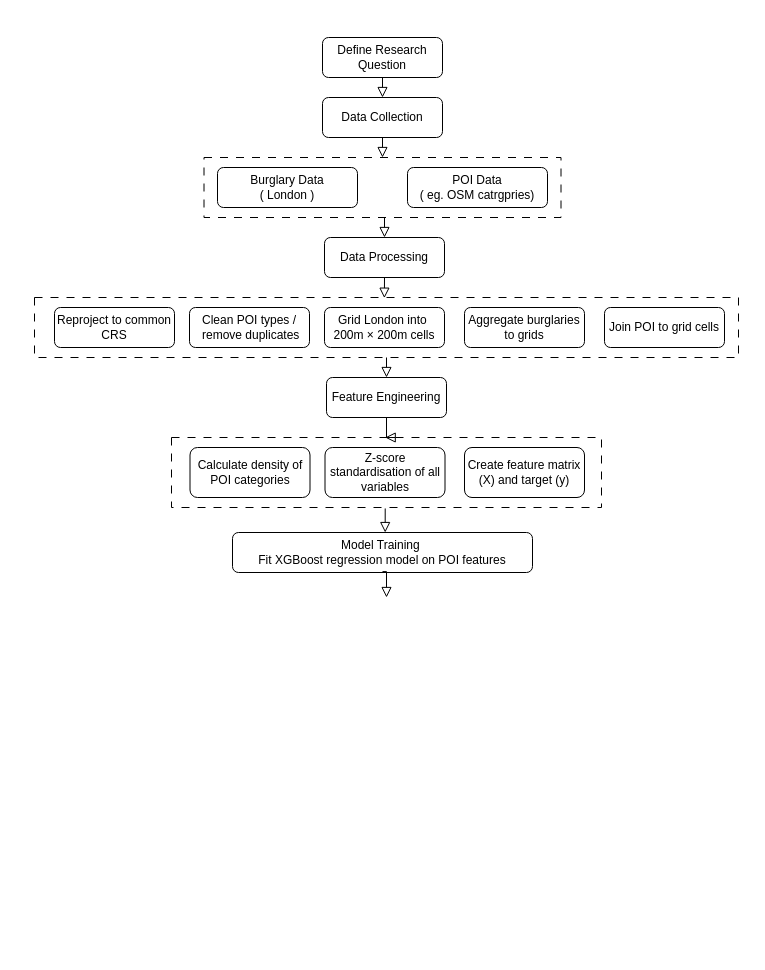
The draw.io diagram flowchart/CASA0006_assessment_flowchart.drawio in ixxiiris/CASA0006_assessment, before the edit. Source tidied: cells renumbered, new cells numbered last; positions are measured from the earlier drawing's top-left corner, leaving out a move shared by most shapes. Both pictures are drawn from the tidied source at 100%, with x=0, y=0 at pixel (34, 37).
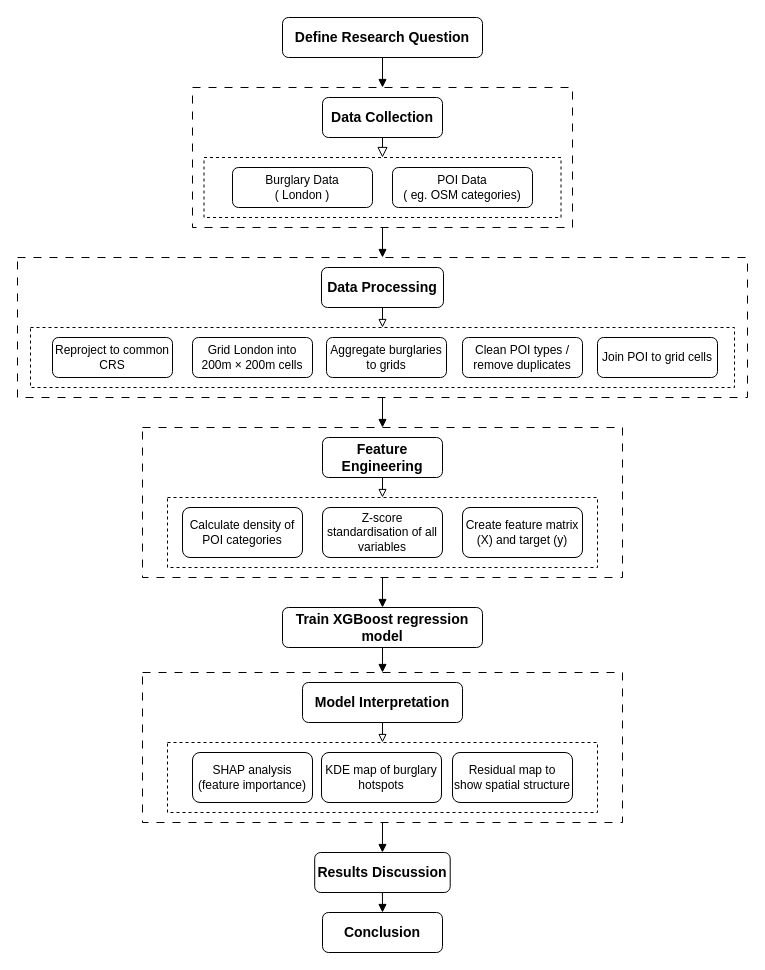
After the change.

The edit, as a diff of the source:
```diff
@@
+    <mxCell id="28" style="edgeStyle=orthogonalEdgeStyle;rounded=0;jettySize=auto;html=1;exitX=0.5;exitY=1;exitDx=0;exitDy=0;entryX=0.5;entryY=0;entryDx=0;entryDy=0;endArrow=block;endFill=1;" parent="1" edge="1" source="29" target="31">
+      <mxGeometry relative="1" as="geometry" />
+    </mxCell>
+    <mxCell id="29" style="rounded=0;whiteSpace=wrap;html=1;fontFamily=Helvetica;fontSize=11;labelBackgroundColor=none;fillColor=none;dashed=1;dashPattern=8 8;" parent="1" vertex="1">
+      <mxGeometry x="158" y="50" width="380" height="140" as="geometry" />
+    </mxCell>
+    <mxCell id="30" style="rounded=0;whiteSpace=wrap;html=1;fontFamily=Helvetica;fontSize=11;labelBackgroundColor=none;fillColor=none;dashed=1;dashPattern=8 8;" parent="1" vertex="1">
+      <mxGeometry x="108" y="635" width="480" height="150" as="geometry" />
+    </mxCell>
+    <mxCell id="31" style="rounded=0;whiteSpace=wrap;html=1;fontFamily=Helvetica;fontSize=11;labelBackgroundColor=none;fillColor=none;dashed=1;dashPattern=8 8;" parent="1" vertex="1">
+      <mxGeometry x="-17" y="220" width="730" height="140" as="geometry" />
+    </mxCell>
+    <mxCell id="32" style="rounded=0;whiteSpace=wrap;html=1;fontFamily=Helvetica;fontSize=11;labelBackgroundColor=none;fillColor=none;dashed=1;" parent="1" vertex="1">
+      <mxGeometry x="133" y="705" width="430" height="70" as="geometry" />
+    </mxCell>
+    <mxCell id="33" style="edgeStyle=orthogonalEdgeStyle;rounded=0;jettySize=auto;html=1;exitX=0.5;exitY=1;exitDx=0;exitDy=0;entryX=0.5;entryY=0;entryDx=0;entryDy=0;endArrow=block;endFill=1;fillColor=none;" parent="1" edge="1" source="30" target="45">
+      <mxGeometry relative="1" as="geometry" />
+    </mxCell>
+    <mxCell id="34" style="edgeStyle=orthogonalEdgeStyle;rounded=0;jettySize=auto;html=1;exitX=0.5;exitY=1;exitDx=0;exitDy=0;entryX=0.5;entryY=0;entryDx=0;entryDy=0;endArrow=block;endFill=1;fillColor=none;" parent="1" edge="1" source="35" target="26">
+      <mxGeometry relative="1" as="geometry" />
+    </mxCell>
+    <mxCell id="35" style="rounded=0;whiteSpace=wrap;html=1;fontFamily=Helvetica;fontSize=11;labelBackgroundColor=none;fillColor=none;dashed=1;dashPattern=8 8;" parent="1" vertex="1">
+      <mxGeometry x="108" y="390" width="480" height="150" as="geometry" />
+    </mxCell>
-    <mxCell id="2" style="rounded=0;whiteSpace=wrap;html=1;fontFamily=Helvetica;fontSize=11;fontColor=default;labelBackgroundColor=none;fillColor=none;dashed=1;dashPattern=8 8;" parent="1" vertex="1">
+    <mxCell id="2" style="rounded=0;whiteSpace=wrap;html=1;fontFamily=Helvetica;fontSize=11;labelBackgroundColor=none;fillColor=none;dashed=1;" parent="1" vertex="1">
       <mxGeometry x="169.5" y="120" width="357" height="60" as="geometry" />
     </mxCell>
-    <mxCell id="3" style="rounded=0;whiteSpace=wrap;html=1;fontFamily=Helvetica;fontSize=11;fontColor=default;labelBackgroundColor=none;fillColor=none;dashed=1;dashPattern=8 8;" parent="1" vertex="1">
-      <mxGeometry y="260" width="704" height="60" as="geometry" />
+    <mxCell id="3" style="rounded=0;whiteSpace=wrap;html=1;fontFamily=Helvetica;fontSize=11;labelBackgroundColor=none;fillColor=none;dashed=1;" parent="1" vertex="1">
+      <mxGeometry x="-4" y="290" width="704" height="60" as="geometry" />
     </mxCell>
-    <mxCell id="4" style="edgeStyle=orthogonalEdgeStyle;shape=connector;rounded=0;jettySize=auto;html=1;shadow=0;strokeColor=default;strokeWidth=1;align=center;verticalAlign=middle;fontFamily=Helvetica;fontSize=11;fontColor=default;labelBackgroundColor=none;endArrow=block;endFill=0;endSize=8;exitX=0.497;exitY=1.014;exitDx=0;exitDy=0;exitPerimeter=0;entryX=0.509;entryY=0.001;entryDx=0;entryDy=0;entryPerimeter=0;" parent="1" edge="1" source="5" target="26">
-      <mxGeometry relative="1" as="geometry" />
-    </mxCell>
-    <mxCell id="5" style="rounded=0;whiteSpace=wrap;html=1;fontFamily=Helvetica;fontSize=11;fontColor=default;labelBackgroundColor=none;fillColor=none;dashed=1;dashPattern=8 8;" parent="1" vertex="1">
-      <mxGeometry x="137" y="400" width="430" height="70" as="geometry" />
+    <mxCell id="5" style="rounded=0;whiteSpace=wrap;html=1;fontFamily=Helvetica;fontSize=11;labelBackgroundColor=none;fillColor=none;dashed=1;" parent="1" vertex="1">
+      <mxGeometry x="133" y="460" width="430" height="70" as="geometry" />
     </mxCell>
-    <mxCell id="6" style="edgeStyle=orthogonalEdgeStyle;shape=connector;rounded=0;jettySize=auto;html=1;exitX=0.5;exitY=1;exitDx=0;exitDy=0;entryX=0.5;entryY=0;entryDx=0;entryDy=0;shadow=0;strokeColor=default;strokeWidth=1;align=center;verticalAlign=middle;fontFamily=Helvetica;fontSize=11;fontColor=default;labelBackgroundColor=none;endArrow=block;endFill=0;endSize=8;" parent="1" edge="1" source="7" target="9">
-      <mxGeometry relative="1" as="geometry" />
-    </mxCell>
+    <mxCell id="36" style="edgeStyle=orthogonalEdgeStyle;rounded=0;jettySize=auto;html=1;exitX=0.5;exitY=1;exitDx=0;exitDy=0;entryX=0.5;entryY=0;entryDx=0;entryDy=0;endArrow=block;endFill=1;fillColor=none;" parent="1" edge="1" source="7" target="29">
+      <mxGeometry relative="1" as="geometry" />
+    </mxCell>
-    <mxCell id="7" value="Define Research Question" style="rounded=1;whiteSpace=wrap;html=1;fontSize=12;glass=0;strokeWidth=1;shadow=0;" parent="1" vertex="1">
-      <mxGeometry x="288" width="120" height="40" as="geometry" />
+    <mxCell id="7" value="Define Research Question" style="rounded=1;whiteSpace=wrap;html=1;fontSize=14;glass=0;strokeWidth=1;shadow=0;fontStyle=1;fillColor=none;" parent="1" vertex="1">
+      <mxGeometry x="248" y="-20" width="200" height="40" as="geometry" />
     </mxCell>
-    <mxCell id="8" style="edgeStyle=orthogonalEdgeStyle;shape=connector;rounded=0;jettySize=auto;html=1;exitX=0.5;exitY=1;exitDx=0;exitDy=0;entryX=0.5;entryY=0;entryDx=0;entryDy=0;shadow=0;strokeColor=default;strokeWidth=1;align=center;verticalAlign=middle;fontFamily=Helvetica;fontSize=11;fontColor=default;labelBackgroundColor=none;endArrow=block;endFill=0;endSize=8;" parent="1" edge="1" source="9" target="2">
+    <mxCell id="8" style="edgeStyle=orthogonalEdgeStyle;shape=connector;rounded=0;jettySize=auto;html=1;exitX=0.5;exitY=1;exitDx=0;exitDy=0;entryX=0.5;entryY=0;entryDx=0;entryDy=0;shadow=0;strokeWidth=1;align=center;verticalAlign=middle;fontFamily=Helvetica;fontSize=11;fontColor=default;labelBackgroundColor=none;endArrow=block;endFill=0;endSize=8;fillColor=none;" parent="1" edge="1" source="9" target="2">
       <mxGeometry relative="1" as="geometry" />
     </mxCell>
-    <mxCell id="9" value="Data Collection" style="rounded=1;whiteSpace=wrap;html=1;fontSize=12;glass=0;strokeWidth=1;shadow=0;" parent="1" vertex="1">
+    <mxCell id="9" value="Data Collection" style="rounded=1;whiteSpace=wrap;html=1;fontSize=14;glass=0;strokeWidth=1;shadow=0;fontStyle=1;fillColor=none;" parent="1" vertex="1">
       <mxGeometry x="288" y="60" width="120" height="40" as="geometry" />
     </mxCell>
+    <mxCell id="25" style="edgeStyle=orthogonalEdgeStyle;rounded=0;jettySize=auto;html=1;exitX=0.5;exitY=1;exitDx=0;exitDy=0;entryX=0.5;entryY=0;entryDx=0;entryDy=0;endArrow=block;endFill=0;" parent="1" edge="1" source="10" target="5">
+      <mxGeometry relative="1" as="geometry" />
+    </mxCell>
-    <mxCell id="10" value="Feature Engineering" style="rounded=1;whiteSpace=wrap;html=1;fontSize=12;glass=0;strokeWidth=1;shadow=0;" parent="1" vertex="1">
-      <mxGeometry x="292" y="340" width="120" height="40" as="geometry" />
+    <mxCell id="10" value="Feature Engineering" style="rounded=1;whiteSpace=wrap;html=1;fontSize=14;glass=0;strokeWidth=1;shadow=0;fontStyle=1;fillColor=none;" parent="1" vertex="1">
+      <mxGeometry x="288" y="400" width="120" height="40" as="geometry" />
     </mxCell>
-    <mxCell id="11" value="Burglary Data&lt;div&gt;( London )&lt;/div&gt;" style="rounded=1;whiteSpace=wrap;html=1;" parent="1" vertex="1">
-      <mxGeometry x="183" y="130" width="140" height="40" as="geometry" />
+    <mxCell id="11" value="Burglary Data&lt;div&gt;( London )&lt;/div&gt;" style="rounded=1;whiteSpace=wrap;html=1;fillColor=none;" parent="1" vertex="1">
+      <mxGeometry x="198" y="130" width="140" height="40" as="geometry" />
     </mxCell>
-    <mxCell id="12" value="POI Data&lt;div&gt;( eg. OSM catrgpries)&lt;/div&gt;" style="rounded=1;whiteSpace=wrap;html=1;" parent="1" vertex="1">
-      <mxGeometry x="373" y="130" width="140" height="40" as="geometry" />
+    <mxCell id="12" value="POI Data&lt;div&gt;( eg. OSM categories)&lt;/div&gt;" style="rounded=1;whiteSpace=wrap;html=1;fillColor=none;" parent="1" vertex="1">
+      <mxGeometry x="358" y="130" width="140" height="40" as="geometry" />
     </mxCell>
+    <mxCell id="21" style="edgeStyle=orthogonalEdgeStyle;rounded=0;jettySize=auto;html=1;exitX=0.5;exitY=1;exitDx=0;exitDy=0;entryX=0.5;entryY=0;entryDx=0;entryDy=0;endArrow=block;endFill=0;" parent="1" edge="1" source="13" target="3">
+      <mxGeometry relative="1" as="geometry" />
+    </mxCell>
-    <mxCell id="13" value="Data Processing" style="rounded=1;whiteSpace=wrap;html=1;fontSize=12;glass=0;strokeWidth=1;shadow=0;" parent="1" vertex="1">
-      <mxGeometry x="290" y="200" width="120" height="40" as="geometry" />
+    <mxCell id="13" value="Data Processing" style="rounded=1;whiteSpace=wrap;html=1;fontSize=14;glass=0;strokeWidth=1;shadow=0;fontStyle=1;fillColor=none;" parent="1" vertex="1">
+      <mxGeometry x="287" y="230" width="122" height="40" as="geometry" />
     </mxCell>
-    <mxCell id="14" value="Reproject to common CRS" style="rounded=1;whiteSpace=wrap;html=1;" parent="1" vertex="1">
-      <mxGeometry x="20" y="270" width="120" height="40" as="geometry" />
+    <mxCell id="14" value="Reproject to common CRS" style="rounded=1;whiteSpace=wrap;html=1;fillColor=none;" parent="1" vertex="1">
+      <mxGeometry x="18" y="300" width="120" height="40" as="geometry" />
     </mxCell>
-    <mxCell id="15" value="Clean POI types /&lt;div&gt;&amp;nbsp;remove duplicates&lt;/div&gt;" style="rounded=1;whiteSpace=wrap;html=1;" parent="1" vertex="1">
-      <mxGeometry x="155" y="270" width="120" height="40" as="geometry" />
+    <mxCell id="15" value="Grid London into 200m × 200m cells" style="rounded=1;whiteSpace=wrap;html=1;fillColor=none;" parent="1" vertex="1">
+      <mxGeometry x="158" y="300" width="120" height="40" as="geometry" />
     </mxCell>
-    <mxCell id="16" value="Grid London into&amp;nbsp;&lt;div&gt;200m × 200m cells&lt;/div&gt;" style="rounded=1;whiteSpace=wrap;html=1;" parent="1" vertex="1">
-      <mxGeometry x="290" y="270" width="120" height="40" as="geometry" />
+    <mxCell id="16" value="Aggregate burglaries to grids" style="rounded=1;whiteSpace=wrap;html=1;fillColor=none;" parent="1" vertex="1">
+      <mxGeometry x="292" y="300" width="120" height="40" as="geometry" />
     </mxCell>
-    <mxCell id="17" value="Aggregate burglaries to grids" style="rounded=1;whiteSpace=wrap;html=1;" parent="1" vertex="1">
-      <mxGeometry x="430" y="270" width="120" height="40" as="geometry" />
+    <mxCell id="17" value="Clean POI types / remove duplicates" style="rounded=1;whiteSpace=wrap;html=1;fillColor=none;" parent="1" vertex="1">
+      <mxGeometry x="428" y="300" width="120" height="40" as="geometry" />
     </mxCell>
-    <mxCell id="18" value="Join POI to grid cells" style="rounded=1;whiteSpace=wrap;html=1;" parent="1" vertex="1">
-      <mxGeometry x="570" y="270" width="120" height="40" as="geometry" />
+    <mxCell id="18" value="Join POI to grid cells" style="rounded=1;whiteSpace=wrap;html=1;fillColor=none;" parent="1" vertex="1">
+      <mxGeometry x="563" y="300" width="120" height="40" as="geometry" />
     </mxCell>
-    <mxCell id="19" style="edgeStyle=orthogonalEdgeStyle;shape=connector;rounded=0;jettySize=auto;html=1;exitX=0.5;exitY=1;exitDx=0;exitDy=0;shadow=0;strokeColor=default;strokeWidth=1;align=center;verticalAlign=middle;fontFamily=Helvetica;fontSize=11;fontColor=default;labelBackgroundColor=none;endArrow=block;endFill=0;endSize=8;entryX=0.5;entryY=0;entryDx=0;entryDy=0;" parent="1" edge="1" source="3" target="10">
-      <mxGeometry relative="1" as="geometry" />
-    </mxCell>
-    <mxCell id="20" style="edgeStyle=orthogonalEdgeStyle;shape=connector;rounded=0;jettySize=auto;html=1;exitX=0.5;exitY=1;exitDx=0;exitDy=0;entryX=0.5;entryY=0;entryDx=0;entryDy=0;shadow=0;strokeColor=default;strokeWidth=1;align=center;verticalAlign=middle;fontFamily=Helvetica;fontSize=11;fontColor=default;labelBackgroundColor=none;endArrow=block;endFill=0;endSize=8;" parent="1" edge="1" source="2" target="13">
-      <mxGeometry relative="1" as="geometry" />
-    </mxCell>
-    <mxCell id="21" style="edgeStyle=orthogonalEdgeStyle;shape=connector;rounded=0;jettySize=auto;html=1;exitX=0.5;exitY=1;exitDx=0;exitDy=0;entryX=0.497;entryY=0.011;entryDx=0;entryDy=0;entryPerimeter=0;shadow=0;strokeColor=default;strokeWidth=1;align=center;verticalAlign=middle;fontFamily=Helvetica;fontSize=11;fontColor=default;labelBackgroundColor=none;endArrow=block;endFill=0;endSize=8;" parent="1" edge="1" source="13" target="3">
-      <mxGeometry relative="1" as="geometry" />
-    </mxCell>
-    <mxCell id="22" value="Calculate density of POI categories" style="rounded=1;whiteSpace=wrap;html=1;" parent="1" vertex="1">
-      <mxGeometry x="155.5" y="410" width="120" height="50" as="geometry" />
+    <mxCell id="22" value="Calculate density of POI categories" style="rounded=1;whiteSpace=wrap;html=1;fillColor=none;" parent="1" vertex="1">
+      <mxGeometry x="148" y="470" width="120" height="50" as="geometry" />
     </mxCell>
-    <mxCell id="23" value="Z-score standardisation of all variables" style="rounded=1;whiteSpace=wrap;html=1;" parent="1" vertex="1">
-      <mxGeometry x="290.5" y="410" width="120" height="50" as="geometry" />
+    <mxCell id="23" value="Z-score standardisation of all variables" style="rounded=1;whiteSpace=wrap;html=1;fillColor=none;" parent="1" vertex="1">
+      <mxGeometry x="288" y="470" width="120" height="50" as="geometry" />
     </mxCell>
-    <mxCell id="24" value="Create feature matrix (X) and target (y)" style="rounded=1;whiteSpace=wrap;html=1;" parent="1" vertex="1">
-      <mxGeometry x="430" y="410" width="120" height="50" as="geometry" />
+    <mxCell id="24" value="Create feature matrix (X) and target (y)" style="rounded=1;whiteSpace=wrap;html=1;fillColor=none;" parent="1" vertex="1">
+      <mxGeometry x="428" y="470" width="120" height="50" as="geometry" />
     </mxCell>
-    <mxCell id="25" style="edgeStyle=orthogonalEdgeStyle;shape=connector;rounded=0;jettySize=auto;html=1;entryX=0.497;entryY=0.01;entryDx=0;entryDy=0;entryPerimeter=0;shadow=0;strokeColor=default;strokeWidth=1;align=center;verticalAlign=middle;fontFamily=Helvetica;fontSize=11;fontColor=default;labelBackgroundColor=none;endArrow=block;endFill=0;endSize=8;" parent="1" edge="1" source="10" target="5">
-      <mxGeometry relative="1" as="geometry" />
-    </mxCell>
+    <mxCell id="37" style="edgeStyle=orthogonalEdgeStyle;rounded=0;jettySize=auto;html=1;exitX=0.5;exitY=1;exitDx=0;exitDy=0;entryX=0.5;entryY=0;entryDx=0;entryDy=0;endArrow=block;endFill=1;fillColor=none;" parent="1" edge="1" source="26" target="30">
+      <mxGeometry relative="1" as="geometry" />
+    </mxCell>
-    <mxCell id="26" value="&amp;nbsp;Model Training&amp;nbsp;&amp;nbsp;&lt;div&gt;Fit XGBoost regression model on POI features&lt;/div&gt;" style="rounded=1;whiteSpace=wrap;html=1;fontSize=12;glass=0;strokeWidth=1;shadow=0;" parent="1" vertex="1">
-      <mxGeometry x="198" y="495" width="300" height="40" as="geometry" />
+    <mxCell id="26" value="Train XGBoost regression model" style="rounded=1;whiteSpace=wrap;html=1;fontSize=14;glass=0;strokeWidth=1;shadow=0;fontStyle=1;fillColor=none;" parent="1" vertex="1">
+      <mxGeometry x="248" y="570" width="200" height="40" as="geometry" />
     </mxCell>
-    <mxCell id="27" style="edgeStyle=orthogonalEdgeStyle;shape=connector;rounded=0;jettySize=auto;html=1;entryX=0.5;entryY=0.014;entryDx=0;entryDy=0;entryPerimeter=0;shadow=0;strokeColor=default;strokeWidth=1;align=center;verticalAlign=middle;fontFamily=Helvetica;fontSize=11;fontColor=default;labelBackgroundColor=none;endArrow=block;endFill=0;endSize=8;exitX=0.5;exitY=0.977;exitDx=0;exitDy=0;exitPerimeter=0;" parent="1" edge="1" source="26">
-      <mxGeometry relative="1" as="geometry">
-        <mxPoint x="352" y="560" as="targetPoint" />
-      </mxGeometry>
-    </mxCell>
+    <mxCell id="38" style="edgeStyle=orthogonalEdgeStyle;rounded=0;jettySize=auto;html=1;exitX=0.5;exitY=1;exitDx=0;exitDy=0;entryX=0.5;entryY=0;entryDx=0;entryDy=0;endArrow=block;endFill=1;fillColor=none;" parent="1" edge="1" source="31" target="35">
+      <mxGeometry relative="1" as="geometry" />
+    </mxCell>
+    <mxCell id="39" style="edgeStyle=orthogonalEdgeStyle;rounded=0;jettySize=auto;html=1;exitX=0.5;exitY=1;exitDx=0;exitDy=0;entryX=0.5;entryY=0;entryDx=0;entryDy=0;endArrow=block;endFill=0;" parent="1" edge="1" source="40" target="32">
+      <mxGeometry relative="1" as="geometry" />
+    </mxCell>
+    <mxCell id="40" value="Model Interpretation" style="rounded=1;whiteSpace=wrap;html=1;fontSize=14;glass=0;strokeWidth=1;shadow=0;fontStyle=1;fillColor=none;" parent="1" vertex="1">
+      <mxGeometry x="268" y="645" width="160" height="40" as="geometry" />
+    </mxCell>
+    <mxCell id="41" value="SHAP analysis (feature importance)" style="rounded=1;whiteSpace=wrap;html=1;fillColor=none;" parent="1" vertex="1">
+      <mxGeometry x="158" y="715" width="120" height="50" as="geometry" />
+    </mxCell>
+    <mxCell id="42" value="KDE map of burglary hotspots" style="rounded=1;whiteSpace=wrap;html=1;fillColor=none;" parent="1" vertex="1">
+      <mxGeometry x="287" y="715" width="120" height="50" as="geometry" />
+    </mxCell>
+    <mxCell id="43" value="Residual map to show spatial structure" style="rounded=1;whiteSpace=wrap;html=1;fillColor=none;" parent="1" vertex="1">
+      <mxGeometry x="418" y="715" width="120" height="50" as="geometry" />
+    </mxCell>
+    <mxCell id="44" style="edgeStyle=orthogonalEdgeStyle;rounded=0;jettySize=auto;html=1;exitX=0.5;exitY=1;exitDx=0;exitDy=0;entryX=0.5;entryY=0;entryDx=0;entryDy=0;endArrow=block;endFill=1;fillColor=none;" parent="1" edge="1" source="45" target="46">
+      <mxGeometry relative="1" as="geometry" />
+    </mxCell>
+    <mxCell id="45" value="Results Discussion" style="rounded=1;whiteSpace=wrap;html=1;fontSize=14;glass=0;strokeWidth=1;shadow=0;fontStyle=1;fillColor=none;" parent="1" vertex="1">
+      <mxGeometry x="280.2" y="815" width="135.5" height="40" as="geometry" />
+    </mxCell>
+    <mxCell id="46" value="Conclusion" style="rounded=1;whiteSpace=wrap;html=1;fontSize=14;glass=0;strokeWidth=1;shadow=0;fontStyle=1;fillColor=none;" parent="1" vertex="1">
+      <mxGeometry x="288" y="875" width="120" height="40" as="geometry" />
+    </mxCell>
```
